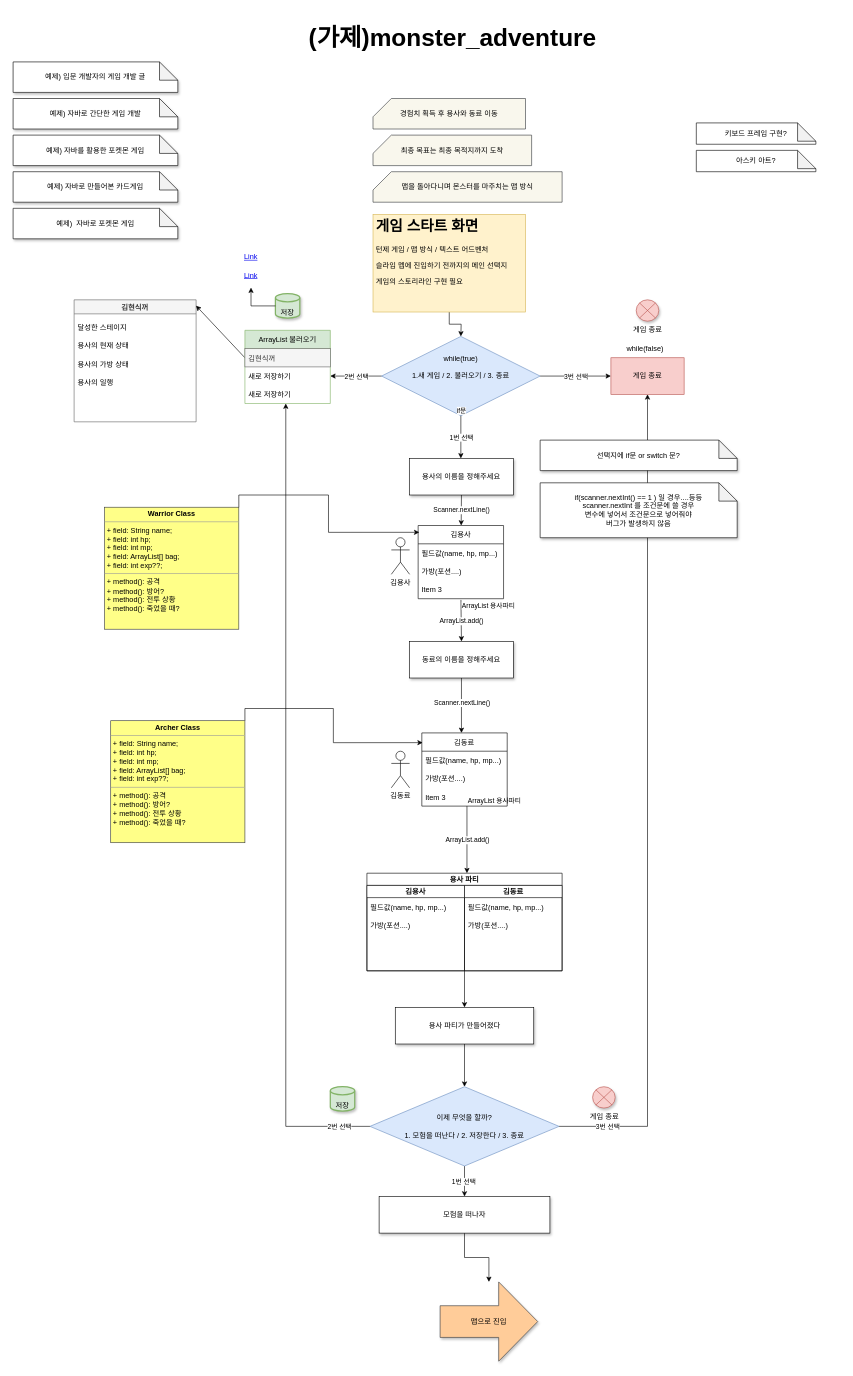
Above: page "game_start" (1 of 4) of Untitled Diagram.drawio in slime-and-Hero/slime_adventure (draw.io), before the change. Source tidied: cells renumbered, new cells numbered last; positions are measured from the earlier drawing's top-left corner, leaving out a move shared by most shapes. Both pictures are drawn from the tidied source at 61%, with x=0, y=0 at pixel (13, 13).
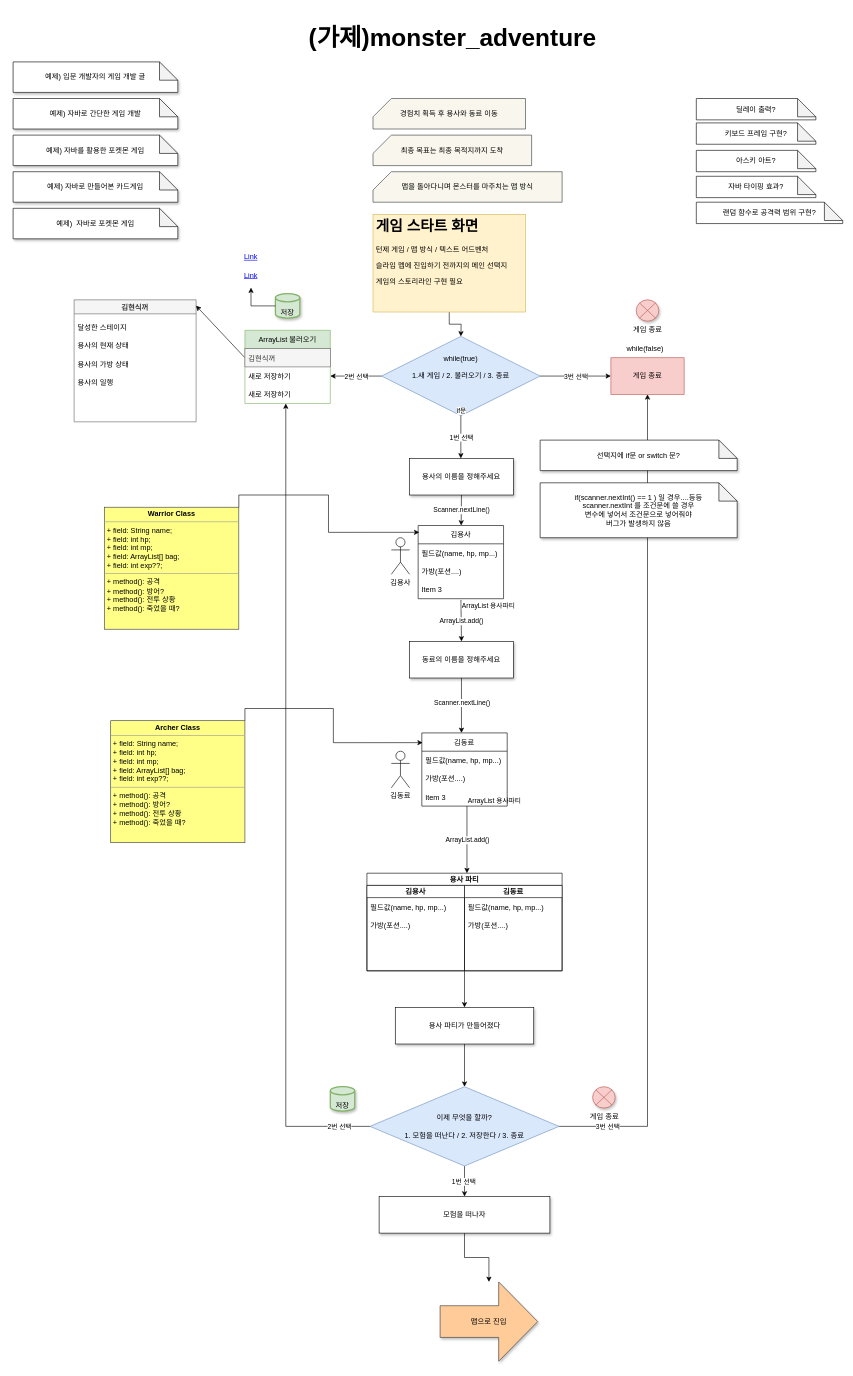
Above is the later version.

Change to the diagram source:
```diff
@@
+    <mxCell id="95" value="자바 타이핑 효과?" style="shape=note;whiteSpace=wrap;html=1;backgroundOutline=1;darkOpacity=0.05;" parent="1" vertex="1">
+      <mxGeometry x="1120" y="267.5" width="196" height="35" as="geometry" />
+    </mxCell>
+    <mxCell id="96" value="딜레이 출력?" style="shape=note;whiteSpace=wrap;html=1;backgroundOutline=1;darkOpacity=0.05;" parent="1" vertex="1">
+      <mxGeometry x="1120" y="140" width="196" height="35" as="geometry" />
+    </mxCell>
+    <mxCell id="97" value="랜덤 함수로 공격력 범위 구현?" style="shape=note;whiteSpace=wrap;html=1;backgroundOutline=1;darkOpacity=0.05;" parent="1" vertex="1">
+      <mxGeometry x="1120" y="310" width="240" height="35" as="geometry" />
+    </mxCell>
```
